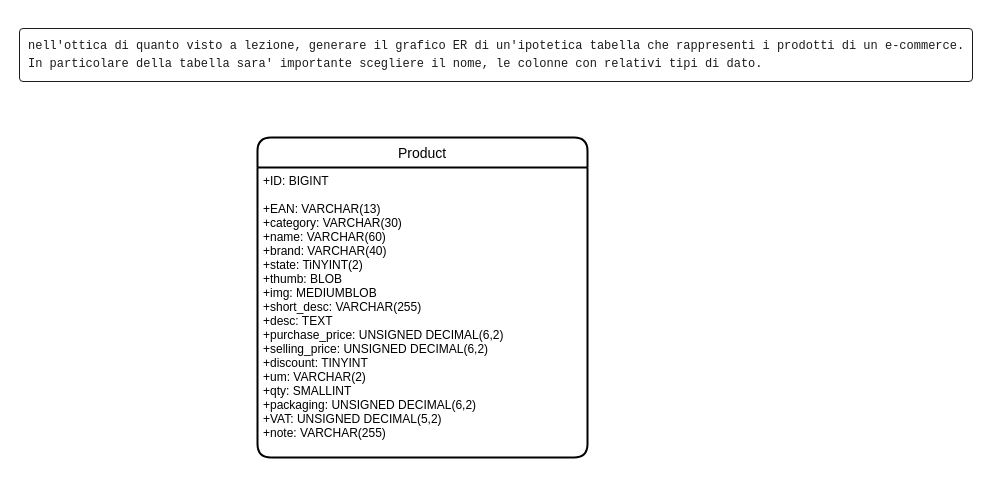
This is E-commerce.drawio from fabrynet/db-first, a draw.io file, before an edit. Source tidied: cells renumbered, new cells numbered last; positions are measured from the earlier drawing's top-left corner, leaving out a move shared by most shapes. Both pictures are drawn from the tidied source at 100%, with x=0, y=0 at pixel (17, 17).
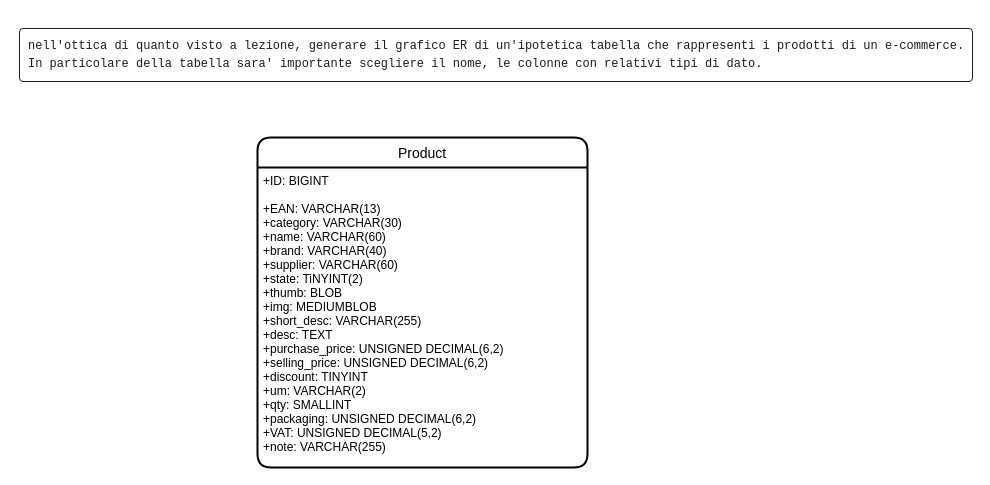
The same diagram, later.

Commit message:
Aggiunto campo 'supplier'

Diff of the diagram source:
```diff
@@
 <mxGraphModel>
   <root>
     <mxCell id="0" />
     <mxCell id="1" parent="0" />
     <mxCell id="2" value="&lt;pre class=&quot;c-mrkdwn__pre&quot; style=&quot;box-sizing: inherit; margin: 4px 0px; padding: 8px; font-size: 12px; line-height: 1.50001; overflow-wrap: break-word; word-break: normal; border: 1px solid; border-radius: 4px; color: rgb(29, 28, 29); font-style: normal; font-weight: 400; letter-spacing: normal; text-align: left; text-indent: 0px; text-transform: none; word-spacing: 0px;&quot;&gt;nell'ottica di quanto visto a lezione, generare il grafico ER di un'ipotetica tabella che rappresenti i prodotti di un e-commerce.&lt;br style=&quot;box-sizing: inherit&quot;&gt;In particolare della tabella sara' importante scegliere il nome, le colonne con relativi tipi di dato.&lt;/pre&gt;" style="text;whiteSpace=wrap;html=1;" parent="1" vertex="1">
       <mxGeometry width="550" height="80" as="geometry" />
     </mxCell>
     <mxCell id="3" value="Product" style="swimlane;horizontal=1;startSize=30;rounded=1;fontSize=14;fontStyle=0;strokeWidth=2;shadow=0;dashed=0;align=center;" parent="1" vertex="1">
-      <mxGeometry x="240" y="120" width="330" height="320" as="geometry" />
+      <mxGeometry x="240" y="120" width="330" height="330" as="geometry" />
     </mxCell>
-    <mxCell id="4" value="+ID: BIGINT&#10;&#10;+EAN: VARCHAR(13)&#10;+category: VARCHAR(30)&#10;+name: VARCHAR(60)&#10;+brand: VARCHAR(40)&#10;+state: TiNYINT(2)&#10;+thumb: BLOB&#10;+img: MEDIUMBLOB&#10;+short_desc: VARCHAR(255)&#10;+desc: TEXT&#10;+purchase_price: UNSIGNED DECIMAL(6,2)&#10;+selling_price: UNSIGNED DECIMAL(6,2)&#10;+discount: TINYINT&#10;+um: VARCHAR(2)&#10;+qty: SMALLINT&#10;+packaging: UNSIGNED DECIMAL(6,2)&#10;+VAT: UNSIGNED DECIMAL(5,2)&#10;+note: VARCHAR(255)" style="align=left;strokeColor=none;fillColor=none;spacingLeft=4;fontSize=12;verticalAlign=top;" parent="3" vertex="1">
-      <mxGeometry y="30" width="330" height="290" as="geometry" />
+    <mxCell id="4" value="+ID: BIGINT&#10;&#10;+EAN: VARCHAR(13)&#10;+category: VARCHAR(30)&#10;+name: VARCHAR(60)&#10;+brand: VARCHAR(40)&#10;+supplier: VARCHAR(60)&#10;+state: TiNYINT(2)&#10;+thumb: BLOB&#10;+img: MEDIUMBLOB&#10;+short_desc: VARCHAR(255)&#10;+desc: TEXT&#10;+purchase_price: UNSIGNED DECIMAL(6,2)&#10;+selling_price: UNSIGNED DECIMAL(6,2)&#10;+discount: TINYINT&#10;+um: VARCHAR(2)&#10;+qty: SMALLINT&#10;+packaging: UNSIGNED DECIMAL(6,2)&#10;+VAT: UNSIGNED DECIMAL(5,2)&#10;+note: VARCHAR(255)" style="align=left;strokeColor=none;fillColor=none;spacingLeft=4;fontSize=12;verticalAlign=top;" parent="3" vertex="1">
+      <mxGeometry y="30" width="330" height="300" as="geometry" />
     </mxCell>
   </root>
 </mxGraphModel>
```
